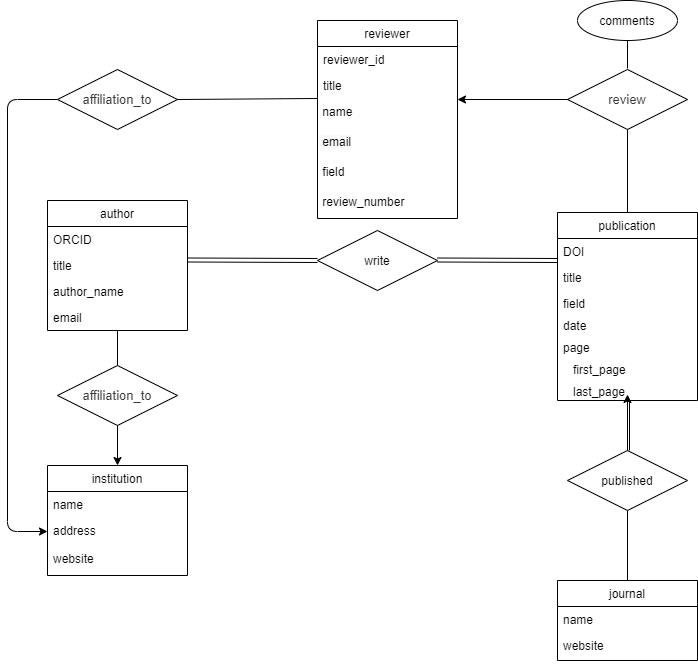
The draw.io diagram Untitled Diagram.png in impulseoy/learnGit, before a commit. Source tidied: cells renumbered, new cells last; positions are measured from the earlier drawing's top-left corner, leaving out a move shared by most shapes.
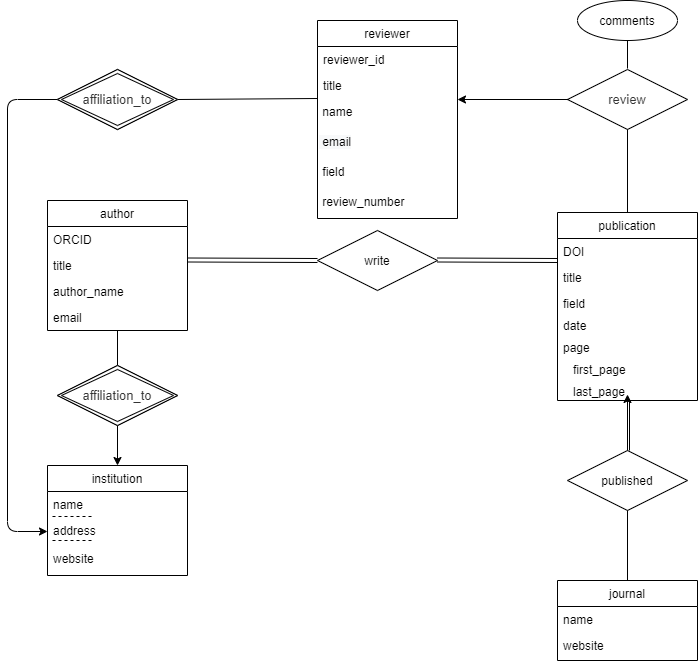
After the commit.

Change to the diagram source:
```diff
@@ -70,9 +70,21 @@
     <mxCell id="22" value="name" style="text;strokeColor=none;fillColor=none;align=left;verticalAlign=top;spacingLeft=4;spacingRight=4;overflow=hidden;" parent="21" vertex="1">
       <mxGeometry y="26" width="140" height="26" as="geometry" />
     </mxCell>
+    <mxCell id="47" style="endArrow=none;dashed=1;html=1;" parent="21" edge="1">
+      <mxGeometry relative="1" as="geometry">
+        <mxPoint x="5" y="51" as="sourcePoint" />
+        <mxPoint x="45" y="51" as="targetPoint" />
+      </mxGeometry>
+    </mxCell>
     <mxCell id="23" value="address" style="text;strokeColor=none;fillColor=none;align=left;verticalAlign=top;spacingLeft=4;spacingRight=4;overflow=hidden;points=[[0,0.5],[1,0.5]];portConstraint=eastwest;" parent="21" vertex="1">
       <mxGeometry y="52" width="140" height="28" as="geometry" />
     </mxCell>
+    <mxCell id="48" style="endArrow=none;dashed=1;html=1;" parent="21" edge="1">
+      <mxGeometry relative="1" as="geometry">
+        <mxPoint x="5" y="75" as="sourcePoint" />
+        <mxPoint x="45" y="75" as="targetPoint" />
+      </mxGeometry>
+    </mxCell>
     <mxCell id="24" value="website" style="text;strokeColor=none;fillColor=none;align=left;verticalAlign=top;spacingLeft=4;spacingRight=4;overflow=hidden;" parent="21" vertex="1">
       <mxGeometry y="80" width="140" height="30" as="geometry" />
     </mxCell>
@@ -162,5 +174,11 @@
         <mxPoint x="620" y="68" as="targetPoint" />
       </mxGeometry>
     </mxCell>
+    <mxCell id="49" value="&lt;span style=&quot;color: rgb(51 , 51 , 51) ; font-family: &amp;#34;arial&amp;#34; , sans-serif ; font-size: 13px ; background-color: rgb(255 , 255 , 255)&quot;&gt;affiliation_to&lt;/span&gt;" style="shape=rhombus;double=1;perimeter=rhombusPerimeter;whiteSpace=wrap;html=1;align=center;" parent="1" vertex="1">
+      <mxGeometry x="50" y="365" width="120" height="60" as="geometry" />
+    </mxCell>
+    <mxCell id="50" value="&lt;span style=&quot;color: rgb(51 , 51 , 51) ; font-family: &amp;#34;arial&amp;#34; , sans-serif ; font-size: 13px ; background-color: rgb(255 , 255 , 255)&quot;&gt;affiliation_to&lt;/span&gt;" style="shape=rhombus;double=1;perimeter=rhombusPerimeter;whiteSpace=wrap;html=1;align=center;" parent="1" vertex="1">
+      <mxGeometry x="50" y="69" width="120" height="60" as="geometry" />
+    </mxCell>
   </root>
 </mxGraphModel>
```
